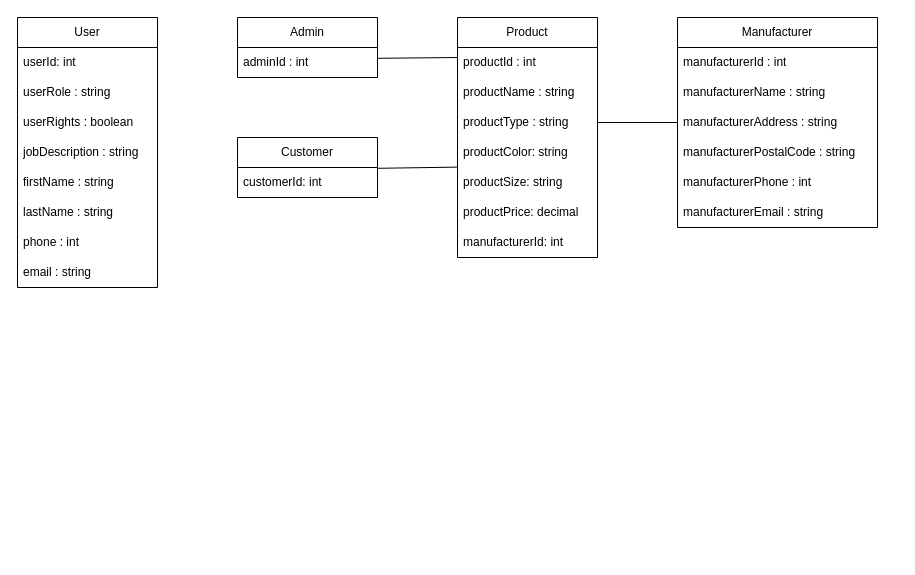
s24ohjelmistoProjekti1Tiimi2/s24Tiimi2Documentation keeps this draw.io diagram as UML Class Diagram.drawio. Above is the earlier version. Source tidied: cells renumbered, new cells numbered last; positions are measured from the earlier drawing's top-left corner, leaving out a move shared by most shapes. Both pictures are drawn from the tidied source at 100%, with x=0, y=0 at pixel (17, 17).
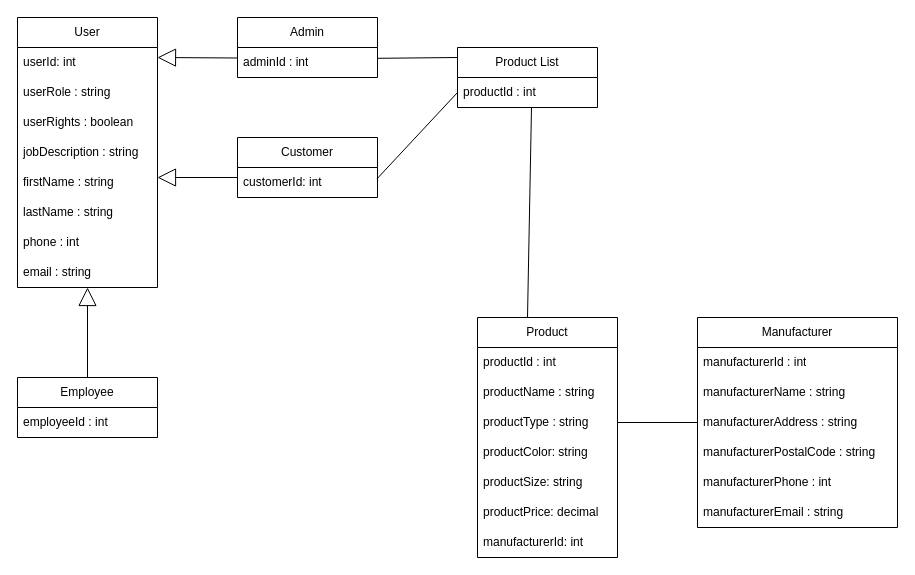
Above is the later version.

The change refers to these unchanged cells:
```xml
<mxCell id="6" value="productColor: string" style="text;strokeColor=none;fillColor=none;align=left;verticalAlign=middle;spacingLeft=4;spacingRight=4;overflow=hidden;points=[[0,0.5],[1,0.5]];portConstraint=eastwest;whiteSpace=wrap;html=1;" parent="2" vertex="1">
  <mxGeometry y="120" width="140" height="30" as="geometry" />
</mxCell>
<mxCell id="32" value="email : string" style="text;strokeColor=none;fillColor=none;align=left;verticalAlign=middle;spacingLeft=4;spacingRight=4;overflow=hidden;points=[[0,0.5],[1,0.5]];portConstraint=eastwest;whiteSpace=wrap;html=1;" parent="24" vertex="1">
  <mxGeometry y="240" width="140" height="30" as="geometry" />
</mxCell>
```

What changed in the source:
```diff
@@
     <mxCell id="2" value="Product" style="swimlane;fontStyle=0;horizontal=1;startSize=30;whiteSpace=wrap;html=1;" parent="1" vertex="1">
-      <mxGeometry x="440" width="140" height="240" as="geometry" />
+      <mxGeometry x="460" y="300" width="140" height="240" as="geometry" />
     </mxCell>
@@
     <mxCell id="10" value="Manufacturer" style="swimlane;fontStyle=0;horizontal=1;startSize=30;whiteSpace=wrap;html=1;" parent="1" vertex="1">
-      <mxGeometry x="660" width="200" height="210" as="geometry" />
+      <mxGeometry x="680" y="300" width="200" height="210" as="geometry" />
     </mxCell>
@@
-    <mxCell id="22" style="endArrow=none;html=1;rounded=0;exitX=0.974;exitY=0.12;exitDx=0;exitDy=0;exitPerimeter=0;entryX=0.003;entryY=0.987;entryDx=0;entryDy=0;entryPerimeter=0;" parent="1" edge="1" target="6">
+    <mxCell id="22" style="endArrow=none;html=1;rounded=0;exitX=0.974;exitY=0.12;exitDx=0;exitDy=0;exitPerimeter=0;entryX=0;entryY=0.5;entryDx=0;entryDy=0;" parent="1" edge="1" target="39">
       <mxGeometry relative="1" as="geometry">
-        <mxPoint x="360" y="150.8" as="sourcePoint" />
+        <mxPoint x="359.6" y="161.2" as="sourcePoint" />
       </mxGeometry>
     </mxCell>
@@
+    <mxCell id="33" style="endArrow=block;endSize=16;endFill=0;html=1;rounded=0;exitX=0;exitY=0.5;exitDx=0;exitDy=0;" parent="1" edge="1">
+      <mxGeometry relative="1" as="geometry">
+        <mxPoint x="220" y="40.5" as="sourcePoint" />
+        <mxPoint x="140" y="40" as="targetPoint" />
+      </mxGeometry>
+    </mxCell>
+    <mxCell id="34" style="endArrow=block;endSize=16;endFill=0;html=1;rounded=0;" parent="1" edge="1">
+      <mxGeometry relative="1" as="geometry">
+        <mxPoint x="220" y="160" as="sourcePoint" />
+        <mxPoint x="140" y="160" as="targetPoint" />
+      </mxGeometry>
+    </mxCell>
+    <mxCell id="35" value="Employee" style="swimlane;fontStyle=0;horizontal=1;startSize=30;whiteSpace=wrap;html=1;" parent="1" vertex="1">
+      <mxGeometry y="360" width="140" height="60" as="geometry" />
+    </mxCell>
+    <mxCell id="36" value="employeeId : int" style="text;strokeColor=none;fillColor=none;align=left;verticalAlign=middle;spacingLeft=4;spacingRight=4;overflow=hidden;whiteSpace=wrap;html=1;" parent="35" vertex="1">
+      <mxGeometry y="30" width="140" height="30" as="geometry" />
+    </mxCell>
+    <mxCell id="37" style="endArrow=block;endSize=16;endFill=0;html=1;rounded=0;exitX=0.5;exitY=0;exitDx=0;exitDy=0;" parent="1" edge="1" source="35" target="32">
+      <mxGeometry relative="1" as="geometry" />
+    </mxCell>
+    <mxCell id="38" value="Product List" style="swimlane;fontStyle=0;horizontal=1;startSize=30;whiteSpace=wrap;html=1;" parent="1" vertex="1">
+      <mxGeometry x="440" y="30" width="140" height="60" as="geometry" />
+    </mxCell>
+    <mxCell id="39" value="productId : int" style="text;strokeColor=none;fillColor=none;align=left;verticalAlign=middle;spacingLeft=4;spacingRight=4;overflow=hidden;points=[[0,0.5],[1,0.5]];portConstraint=eastwest;whiteSpace=wrap;html=1;" parent="38" vertex="1">
+      <mxGeometry y="30" width="140" height="30" as="geometry" />
+    </mxCell>
+    <mxCell id="40" style="endArrow=none;html=1;rounded=0;" parent="1" edge="1">
+      <mxGeometry relative="1" as="geometry">
+        <mxPoint x="510" y="300" as="sourcePoint" />
+        <mxPoint x="514" y="90" as="targetPoint" />
+      </mxGeometry>
+    </mxCell>
```
